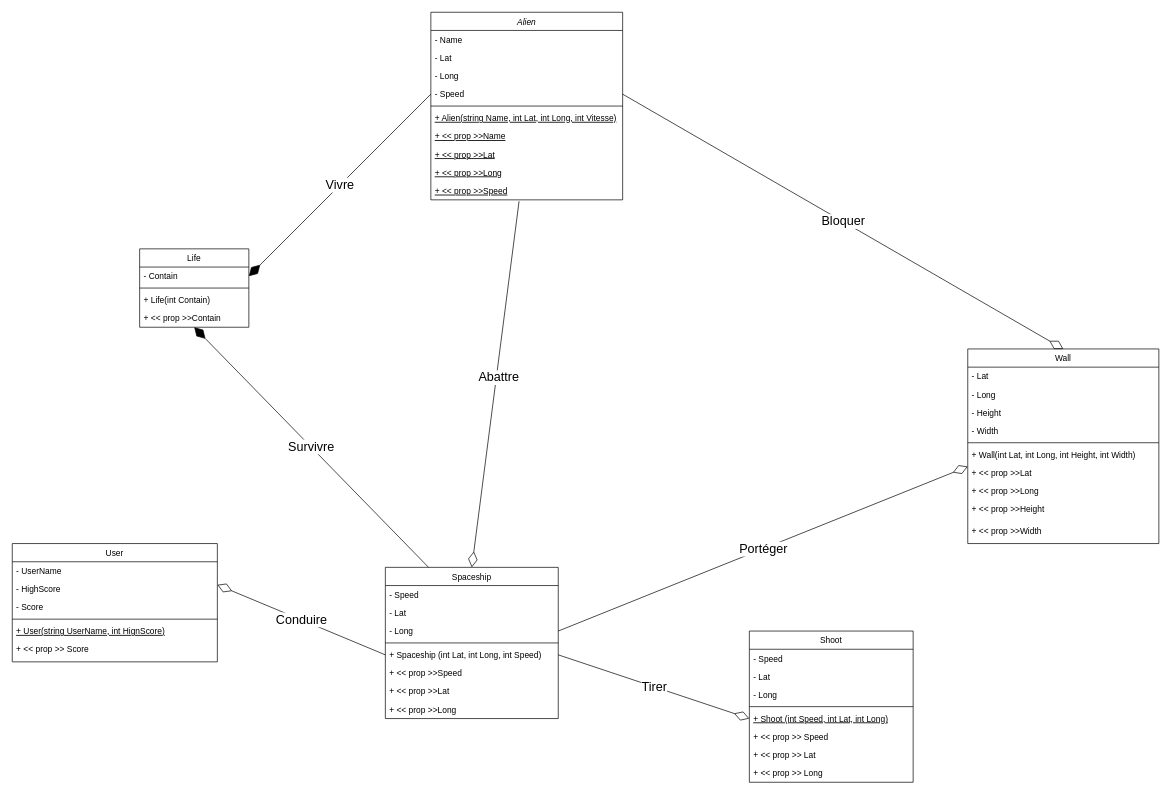
Earlier version of the draw.io diagram Diagram_class.drawio (Dilan1008/SpaceInvader). Source tidied: cells renumbered, new cells numbered last; positions are measured from the earlier drawing's top-left corner, leaving out a move shared by most shapes. Both pictures are drawn from the tidied source at 70%, with x=0, y=0 at pixel (12, 12).
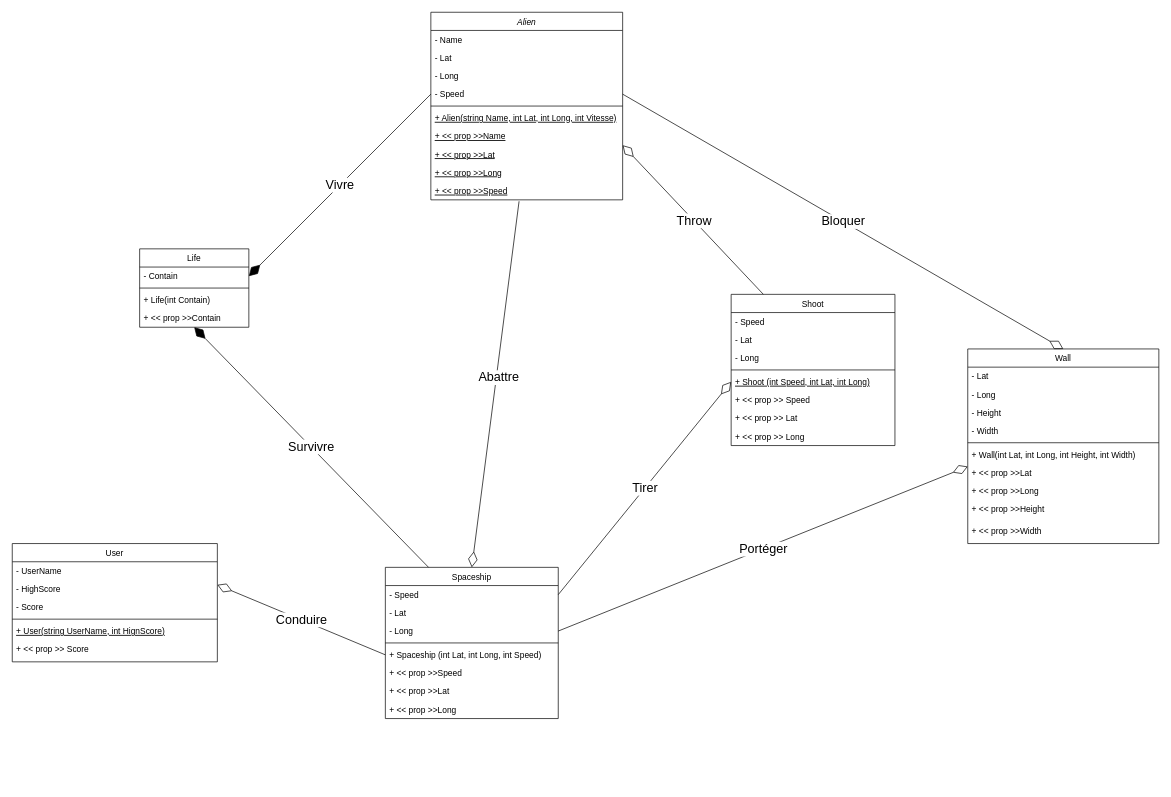
The same diagram, later.

Unchanged cells that the change refers to:
```xml
<mxCell id="2" value="Alien" style="swimlane;fontStyle=2;align=center;verticalAlign=top;horizontal=1;startSize=26;rounded=0;shadow=0;strokeWidth=1;" parent="1" vertex="1">
  <mxGeometry x="598" width="274" height="268" as="geometry" />
</mxCell>
<mxCell id="21" value="- Speed" style="text;align=left;verticalAlign=top;spacingLeft=4;spacingRight=4;overflow=hidden;points=[[0,0.5],[1,0.5]];portConstraint=eastwest;" parent="20" vertex="1">
  <mxGeometry y="26" width="247" height="26" as="geometry" />
</mxCell>
<mxCell id="25" value="+ Spaceship (int Lat, int Long, int Speed)" style="text;align=left;verticalAlign=top;spacingLeft=4;spacingRight=4;overflow=hidden;points=[[0,0.5],[1,0.5]];portConstraint=eastwest;" parent="20" vertex="1">
  <mxGeometry y="112" width="247" height="26" as="geometry" />
</mxCell>
<mxCell id="59" value="+ Shoot (int Speed, int Lat, int Long)" style="text;align=left;verticalAlign=top;spacingLeft=4;spacingRight=4;overflow=hidden;points=[[0,0.5],[1,0.5]];portConstraint=eastwest;fontStyle=4;" parent="54" vertex="1">
  <mxGeometry y="112" width="234" height="26" as="geometry" />
</mxCell>
```

The edit, as a diff of the source:
```diff
@@
+    <mxCell id="65" style="endArrow=diamondThin;html=1;rounded=0;fontSize=18;exitX=0.201;exitY=0.005;exitDx=0;exitDy=0;entryX=0;entryY=0.5;entryDx=0;entryDy=0;endFill=0;startArrow=none;startFill=0;endSize=20;startSize=20;exitPerimeter=0;" parent="2" edge="1" source="54">
+      <mxGeometry relative="1" as="geometry">
+        <mxPoint x="274" y="190" as="targetPoint" />
+        <Array as="points">
+          <mxPoint x="377" y="299" />
+        </Array>
+      </mxGeometry>
+    </mxCell>
+    <mxCell id="66" value="Throw" style="edgeLabel;html=1;align=center;verticalAlign=middle;fontSize=18;" parent="65" vertex="1">
+      <mxGeometry relative="1" as="geometry" />
+    </mxCell>
@@
     <mxCell id="54" value="Shoot" style="swimlane;fontStyle=0;align=center;verticalAlign=top;horizontal=1;startSize=26;rounded=0;shadow=0;strokeWidth=1;" parent="1" vertex="1">
-      <mxGeometry x="1053" y="884" width="234" height="216" as="geometry" />
+      <mxGeometry x="1027" y="403" width="234" height="216" as="geometry" />
     </mxCell>
@@
-    <mxCell id="63" style="endArrow=diamondThin;html=1;rounded=0;fontSize=18;exitX=1;exitY=0.5;exitDx=0;exitDy=0;entryX=0;entryY=0.5;entryDx=0;entryDy=0;endFill=0;startArrow=none;startFill=0;endSize=20;startSize=20;" parent="1" edge="1" source="25" target="59">
+    <mxCell id="63" style="endArrow=diamondThin;html=1;rounded=0;fontSize=18;exitX=1;exitY=0.5;exitDx=0;exitDy=0;entryX=0;entryY=0.5;entryDx=0;entryDy=0;endFill=0;startArrow=none;startFill=0;endSize=20;startSize=20;" parent="1" edge="1" source="21" target="59">
       <mxGeometry relative="1" as="geometry" />
     </mxCell>
```
